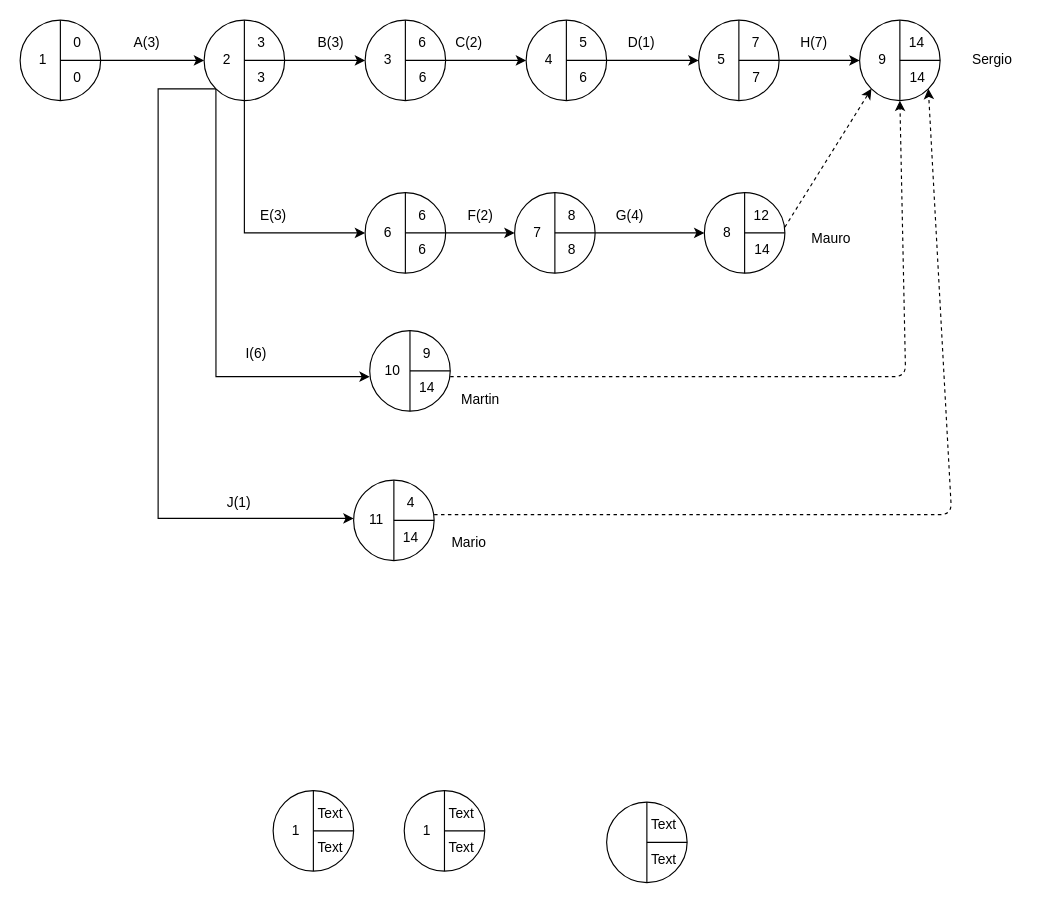
Before: IngenieriaSoftware/Practica2/ej7.drawio in Luchit0-afk/Diagramas, a draw.io diagram. Source tidied: cells renumbered, new cells numbered last; positions are measured from the earlier drawing's top-left corner, leaving out a move shared by most shapes. Both pictures are drawn from the tidied source at 115%, with x=0, y=0 at pixel (20, 20).
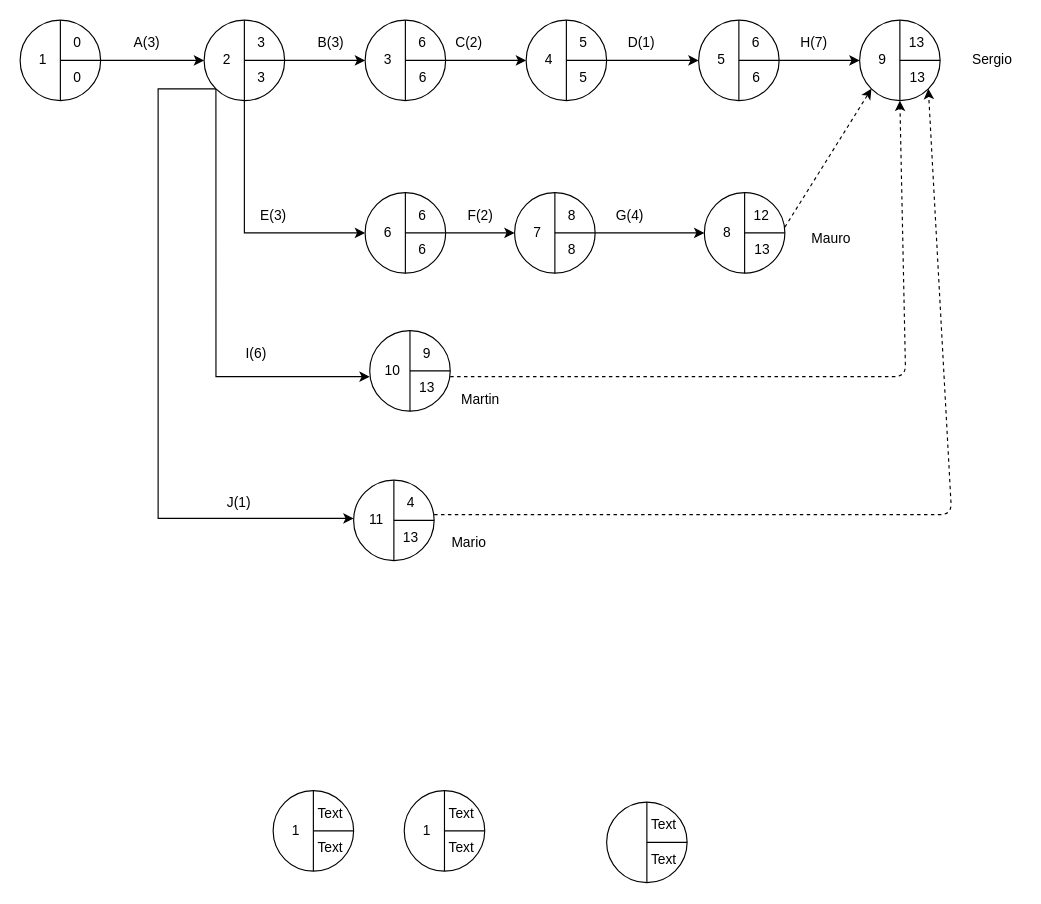
The same diagram, later.

Diff of the diagram source:
```diff
@@
-    <mxCell id="23" value="14" style="text;html=1;strokeColor=none;fillColor=none;align=center;verticalAlign=middle;whiteSpace=wrap;rounded=0;" parent="1" vertex="1">
+    <mxCell id="23" value="13" style="text;html=1;strokeColor=none;fillColor=none;align=center;verticalAlign=middle;whiteSpace=wrap;rounded=0;" parent="1" vertex="1">
       <mxGeometry x="334" y="310" width="40" height="20" as="geometry" />
     </mxCell>
@@
-    <mxCell id="53" value="7" style="text;html=1;strokeColor=none;fillColor=none;align=center;verticalAlign=middle;whiteSpace=wrap;rounded=0;" parent="1" vertex="1">
+    <mxCell id="53" value="6" style="text;html=1;strokeColor=none;fillColor=none;align=center;verticalAlign=middle;whiteSpace=wrap;rounded=0;" parent="1" vertex="1">
       <mxGeometry x="620" y="10" width="40" height="20" as="geometry" />
     </mxCell>
@@
-    <mxCell id="61" value="6" style="text;html=1;strokeColor=none;fillColor=none;align=center;verticalAlign=middle;whiteSpace=wrap;rounded=0;" parent="1" vertex="1">
+    <mxCell id="61" value="5" style="text;html=1;strokeColor=none;fillColor=none;align=center;verticalAlign=middle;whiteSpace=wrap;rounded=0;" parent="1" vertex="1">
       <mxGeometry x="470" y="40" width="40" height="20" as="geometry" />
     </mxCell>
@@
-    <mxCell id="91" value="14" style="text;html=1;strokeColor=none;fillColor=none;align=center;verticalAlign=middle;whiteSpace=wrap;rounded=0;" parent="1" vertex="1">
+    <mxCell id="91" value="13" style="text;html=1;strokeColor=none;fillColor=none;align=center;verticalAlign=middle;whiteSpace=wrap;rounded=0;" parent="1" vertex="1">
       <mxGeometry x="760" y="10" width="40" height="20" as="geometry" />
     </mxCell>
@@
-    <mxCell id="94" value="7" style="text;html=1;align=center;verticalAlign=middle;strokeColor=none;fillColor=none;" parent="1" vertex="1">
+    <mxCell id="94" value="6" style="text;html=1;align=center;verticalAlign=middle;strokeColor=none;fillColor=none;" parent="1" vertex="1">
       <mxGeometry x="630" y="40" width="20" height="20" as="geometry" />
     </mxCell>
@@
-    <mxCell id="101" value="14" style="text;html=1;strokeColor=none;fillColor=none;align=center;verticalAlign=middle;whiteSpace=wrap;rounded=0;" parent="1" vertex="1">
+    <mxCell id="101" value="13" style="text;html=1;strokeColor=none;fillColor=none;align=center;verticalAlign=middle;whiteSpace=wrap;rounded=0;" parent="1" vertex="1">
       <mxGeometry x="320" y="440" width="40" height="20" as="geometry" />
     </mxCell>
@@
-    <mxCell id="103" value="14&lt;br&gt;" style="text;html=1;align=center;verticalAlign=middle;strokeColor=none;fillColor=none;" parent="1" vertex="1">
+    <mxCell id="103" value="13" style="text;html=1;align=center;verticalAlign=middle;strokeColor=none;fillColor=none;" parent="1" vertex="1">
       <mxGeometry x="630" y="190" width="30" height="20" as="geometry" />
     </mxCell>
-    <mxCell id="104" value="14" style="text;html=1;align=center;verticalAlign=middle;strokeColor=none;fillColor=none;" parent="1" vertex="1">
+    <mxCell id="104" value="13" style="text;html=1;align=center;verticalAlign=middle;strokeColor=none;fillColor=none;" parent="1" vertex="1">
       <mxGeometry x="765" y="40" width="30" height="20" as="geometry" />
     </mxCell>
```
